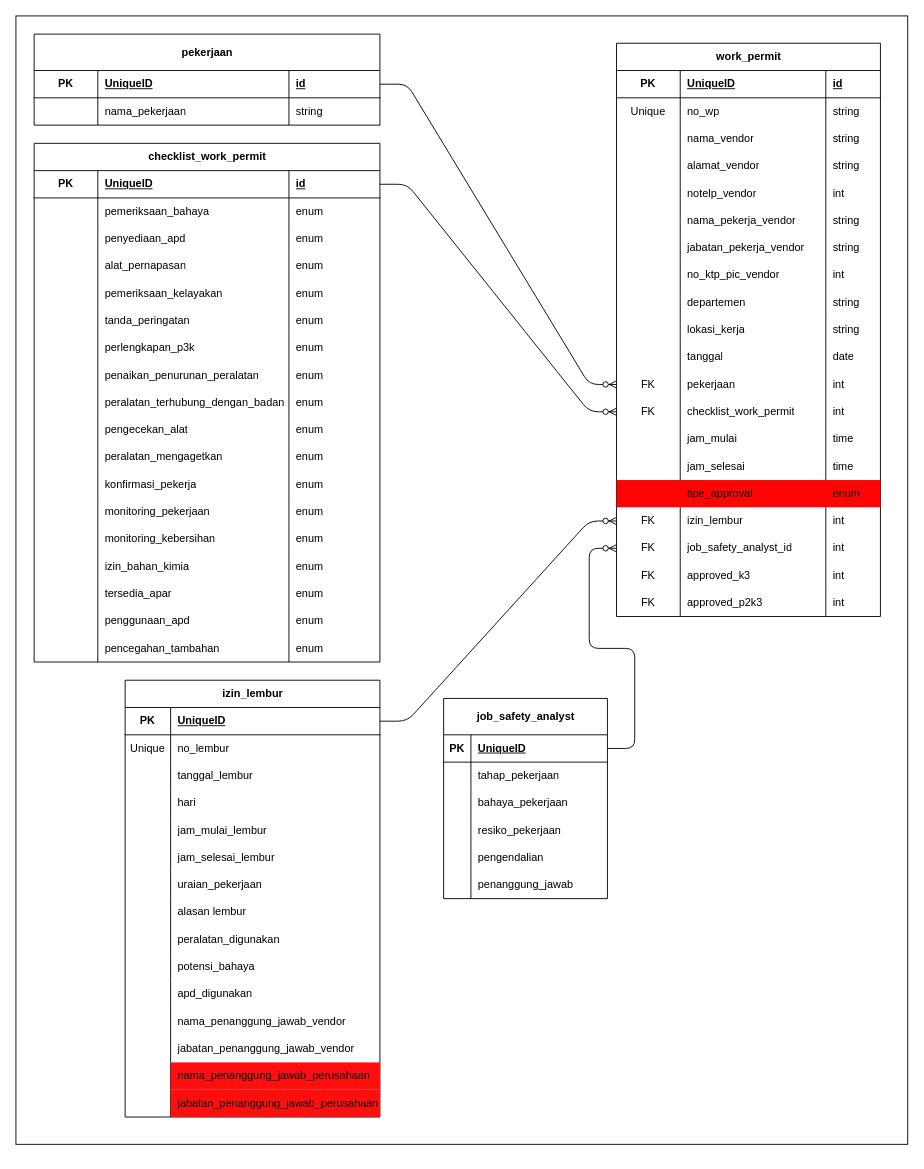
Before: erd.drawio in Okaarunn/k3-jayamas, a draw.io diagram. Source tidied: cells renumbered, new cells numbered last; positions are measured from the earlier drawing's top-left corner, leaving out a move shared by most shapes. Both pictures are drawn from the tidied source at 91%, with x=0, y=0 at pixel (15, 11).
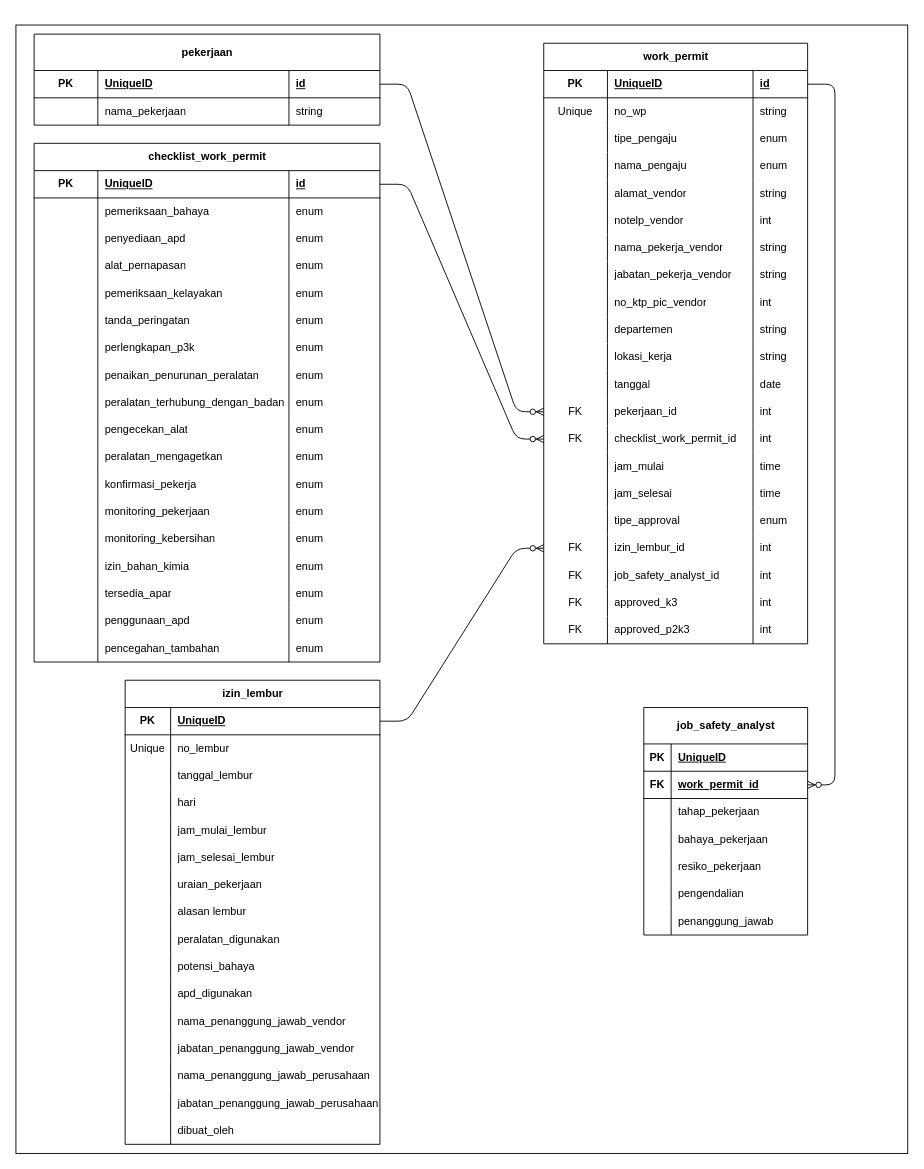
The same page after the edit.

The change refers to these unchanged cells:
```xml
<mxCell id="43" style="shape=tableRow;horizontal=0;startSize=0;swimlaneHead=0;swimlaneBody=0;fillColor=none;top=0;left=0;right=0;bottom=0;" parent="3" vertex="1">
  <mxGeometry y="420" width="280" height="30" as="geometry" />
</mxCell>
<mxCell id="46" style="shape=tableRow;horizontal=0;startSize=0;swimlaneHead=0;swimlaneBody=0;fillColor=none;top=0;left=0;right=0;bottom=0;" parent="3" vertex="1">
  <mxGeometry y="450" width="280" height="30" as="geometry" />
</mxCell>
<mxCell id="132" style="shape=tableRow;horizontal=0;startSize=0;swimlaneHead=0;swimlaneBody=0;fillColor=none;points=[[0,0.5],[1,0.5]];portConstraint=eastwest;top=0;left=0;right=0;bottom=1;" parent="131" vertex="1">
  <mxGeometry y="30" width="290" height="30" as="geometry" />
</mxCell>
<mxCell id="140" style="shape=tableRow;horizontal=0;startSize=0;swimlaneHead=0;swimlaneBody=0;fillColor=none;top=0;left=0;right=0;bottom=0;" parent="131" vertex="1">
  <mxGeometry y="90" width="290" height="30" as="geometry" />
</mxCell>
<mxCell id="216" style="shape=tableRow;horizontal=0;startSize=0;swimlaneHead=0;swimlaneBody=0;fillColor=none;points=[[0,0.5],[1,0.5]];portConstraint=eastwest;top=0;left=0;right=0;bottom=1;" parent="215" vertex="1">
  <mxGeometry y="40" width="180" height="30" as="geometry" />
</mxCell>
```

The edit, as a diff of the source:
```diff
@@
     <mxCell id="2" style="rounded=0;whiteSpace=wrap;html=1;" parent="1" vertex="1">
-      <mxGeometry y="5" width="980" height="1240" as="geometry" />
+      <mxGeometry y="15" width="980" height="1240" as="geometry" />
     </mxCell>
     <mxCell id="3" value="izin_lembur" style="shape=table;startSize=30;childLayout=tableLayout;rowLines=0;fontStyle=1;align=center;html=1;" parent="1" vertex="1">
-      <mxGeometry x="120" y="735" width="280" height="480" as="geometry" />
+      <mxGeometry x="120" y="735" width="280" height="510" as="geometry" />
     </mxCell>
@@
-    <mxCell id="45" value="nama_penanggung_jawab_perusahaan" style="shape=partialRectangle;fillColor=#FF0E0E;top=0;left=0;bottom=0;right=0;align=left;spacingLeft=6;overflow=hidden;whiteSpace=wrap;html=1;" parent="43" vertex="1">
+    <mxCell id="45" value="nama_penanggung_jawab_perusahaan" style="shape=partialRectangle;fillColor=none;top=0;left=0;bottom=0;right=0;align=left;spacingLeft=6;overflow=hidden;whiteSpace=wrap;html=1;" parent="43" vertex="1">
       <mxGeometry x="50" width="230" height="30" as="geometry" />
     </mxCell>
@@
-    <mxCell id="48" value="jabatan_penanggung_jawab_perusahaan" style="shape=partialRectangle;fillColor=#FF0E0E;top=0;left=0;bottom=0;right=0;align=left;spacingLeft=6;overflow=hidden;whiteSpace=wrap;html=1;" parent="46" vertex="1">
+    <mxCell id="48" value="jabatan_penanggung_jawab_perusahaan" style="shape=partialRectangle;fillColor=none;top=0;left=0;bottom=0;right=0;align=left;spacingLeft=6;overflow=hidden;whiteSpace=wrap;html=1;" parent="46" vertex="1">
       <mxGeometry x="50" width="230" height="30" as="geometry" />
     </mxCell>
+    <mxCell id="235" style="shape=tableRow;horizontal=0;startSize=0;swimlaneHead=0;swimlaneBody=0;fillColor=none;top=0;left=0;right=0;bottom=0;" parent="3" vertex="1">
+      <mxGeometry y="480" width="280" height="30" as="geometry" />
+    </mxCell>
+    <mxCell id="236" style="shape=partialRectangle;fillColor=none;top=0;left=0;bottom=0;right=0;overflow=hidden;whiteSpace=wrap;html=1;" parent="235" vertex="1">
+      <mxGeometry width="50" height="30" as="geometry" />
+    </mxCell>
+    <mxCell id="237" value="dibuat_oleh" style="shape=partialRectangle;fillColor=none;top=0;left=0;bottom=0;right=0;align=left;spacingLeft=6;overflow=hidden;whiteSpace=wrap;html=1;" parent="235" vertex="1">
+      <mxGeometry x="50" width="230" height="30" as="geometry" />
+    </mxCell>
@@
     <mxCell id="131" value="work_permit" style="shape=table;startSize=30;childLayout=tableLayout;rowLines=0;fontStyle=1;align=center;html=1;" parent="1" vertex="1">
-      <mxGeometry x="660" y="35" width="290" height="630" as="geometry" />
+      <mxGeometry x="580" y="35" width="290" height="660" as="geometry" />
     </mxCell>
@@
-    <mxCell id="142" value="nama_vendor" style="shape=partialRectangle;fillColor=none;top=0;left=0;bottom=0;right=0;align=left;spacingLeft=6;overflow=hidden;whiteSpace=wrap;html=1;" parent="140" vertex="1">
+    <mxCell id="142" value="tipe_pengaju" style="shape=partialRectangle;fillColor=none;top=0;left=0;bottom=0;right=0;align=left;spacingLeft=6;overflow=hidden;whiteSpace=wrap;html=1;" parent="140" vertex="1">
       <mxGeometry x="70" width="160" height="30" as="geometry" />
     </mxCell>
-    <mxCell id="143" value="string" style="shape=partialRectangle;fillColor=none;top=0;left=0;bottom=0;right=0;align=left;spacingLeft=6;overflow=hidden;whiteSpace=wrap;html=1;" parent="140" vertex="1">
+    <mxCell id="143" value="enum" style="shape=partialRectangle;fillColor=none;top=0;left=0;bottom=0;right=0;align=left;spacingLeft=6;overflow=hidden;whiteSpace=wrap;html=1;" parent="140" vertex="1">
       <mxGeometry x="230" width="60" height="30" as="geometry" />
     </mxCell>
+    <mxCell id="238" style="shape=tableRow;horizontal=0;startSize=0;swimlaneHead=0;swimlaneBody=0;fillColor=none;top=0;left=0;right=0;bottom=0;" parent="131" vertex="1">
+      <mxGeometry y="120" width="290" height="30" as="geometry" />
+    </mxCell>
+    <mxCell id="239" style="shape=partialRectangle;fillColor=none;top=0;left=0;bottom=0;right=0;overflow=hidden;whiteSpace=wrap;html=1;" parent="238" vertex="1">
+      <mxGeometry width="70" height="30" as="geometry" />
+    </mxCell>
+    <mxCell id="240" value="nama_pengaju" style="shape=partialRectangle;fillColor=none;top=0;left=0;bottom=0;right=0;align=left;spacingLeft=6;overflow=hidden;whiteSpace=wrap;html=1;" parent="238" vertex="1">
+      <mxGeometry x="70" width="160" height="30" as="geometry" />
+    </mxCell>
+    <mxCell id="241" value="enum" style="shape=partialRectangle;fillColor=none;top=0;left=0;bottom=0;right=0;align=left;spacingLeft=6;overflow=hidden;whiteSpace=wrap;html=1;" parent="238" vertex="1">
+      <mxGeometry x="230" width="60" height="30" as="geometry" />
+    </mxCell>
     <mxCell id="144" style="shape=tableRow;horizontal=0;startSize=0;swimlaneHead=0;swimlaneBody=0;fillColor=none;top=0;left=0;right=0;bottom=0;" parent="131" vertex="1">
-      <mxGeometry y="120" width="290" height="30" as="geometry" />
+      <mxGeometry y="150" width="290" height="30" as="geometry" />
     </mxCell>
@@
     <mxCell id="148" style="shape=tableRow;horizontal=0;startSize=0;swimlaneHead=0;swimlaneBody=0;fillColor=none;top=0;left=0;right=0;bottom=0;" parent="131" vertex="1">
-      <mxGeometry y="150" width="290" height="30" as="geometry" />
+      <mxGeometry y="180" width="290" height="30" as="geometry" />
     </mxCell>
@@
     <mxCell id="152" style="shape=tableRow;horizontal=0;startSize=0;swimlaneHead=0;swimlaneBody=0;fillColor=none;top=0;left=0;right=0;bottom=0;" parent="131" vertex="1">
-      <mxGeometry y="180" width="290" height="30" as="geometry" />
+      <mxGeometry y="210" width="290" height="30" as="geometry" />
     </mxCell>
@@
     <mxCell id="156" style="shape=tableRow;horizontal=0;startSize=0;swimlaneHead=0;swimlaneBody=0;fillColor=none;top=0;left=0;right=0;bottom=0;" parent="131" vertex="1">
-      <mxGeometry y="210" width="290" height="30" as="geometry" />
+      <mxGeometry y="240" width="290" height="30" as="geometry" />
     </mxCell>
@@
     <mxCell id="160" style="shape=tableRow;horizontal=0;startSize=0;swimlaneHead=0;swimlaneBody=0;fillColor=none;top=0;left=0;right=0;bottom=0;" parent="131" vertex="1">
-      <mxGeometry y="240" width="290" height="30" as="geometry" />
+      <mxGeometry y="270" width="290" height="30" as="geometry" />
     </mxCell>
@@
     <mxCell id="164" style="shape=tableRow;horizontal=0;startSize=0;swimlaneHead=0;swimlaneBody=0;fillColor=none;top=0;left=0;right=0;bottom=0;" parent="131" vertex="1">
-      <mxGeometry y="270" width="290" height="30" as="geometry" />
+      <mxGeometry y="300" width="290" height="30" as="geometry" />
     </mxCell>
@@
     <mxCell id="168" style="shape=tableRow;horizontal=0;startSize=0;swimlaneHead=0;swimlaneBody=0;fillColor=none;top=0;left=0;right=0;bottom=0;" parent="131" vertex="1">
-      <mxGeometry y="300" width="290" height="30" as="geometry" />
+      <mxGeometry y="330" width="290" height="30" as="geometry" />
     </mxCell>
@@
     <mxCell id="172" style="shape=tableRow;horizontal=0;startSize=0;swimlaneHead=0;swimlaneBody=0;fillColor=none;top=0;left=0;right=0;bottom=0;" parent="131" vertex="1">
-      <mxGeometry y="330" width="290" height="30" as="geometry" />
+      <mxGeometry y="360" width="290" height="30" as="geometry" />
     </mxCell>
@@
     <mxCell id="176" style="shape=tableRow;horizontal=0;startSize=0;swimlaneHead=0;swimlaneBody=0;fillColor=none;points=[[0,0.5],[1,0.5]];portConstraint=eastwest;top=0;left=0;right=0;bottom=0;" parent="131" vertex="1">
-      <mxGeometry y="360" width="290" height="30" as="geometry" />
+      <mxGeometry y="390" width="290" height="30" as="geometry" />
     </mxCell>
@@
-    <mxCell id="178" value="pekerjaan" style="shape=partialRectangle;fillColor=none;top=0;left=0;bottom=0;right=0;align=left;spacingLeft=6;overflow=hidden;whiteSpace=wrap;html=1;" parent="176" vertex="1">
+    <mxCell id="178" value="pekerjaan_id" style="shape=partialRectangle;fillColor=none;top=0;left=0;bottom=0;right=0;align=left;spacingLeft=6;overflow=hidden;whiteSpace=wrap;html=1;" parent="176" vertex="1">
       <mxGeometry x="70" width="160" height="30" as="geometry" />
     </mxCell>
@@
     <mxCell id="180" style="shape=tableRow;horizontal=0;startSize=0;swimlaneHead=0;swimlaneBody=0;fillColor=none;points=[[0,0.5],[1,0.5]];portConstraint=eastwest;top=0;left=0;right=0;bottom=0;" parent="131" vertex="1">
-      <mxGeometry y="390" width="290" height="30" as="geometry" />
+      <mxGeometry y="420" width="290" height="30" as="geometry" />
     </mxCell>
@@
-    <mxCell id="182" value="checklist_work_permit" style="shape=partialRectangle;fillColor=none;top=0;left=0;bottom=0;right=0;align=left;spacingLeft=6;overflow=hidden;whiteSpace=wrap;html=1;" parent="180" vertex="1">
+    <mxCell id="182" value="checklist_work_permit_id" style="shape=partialRectangle;fillColor=none;top=0;left=0;bottom=0;right=0;align=left;spacingLeft=6;overflow=hidden;whiteSpace=wrap;html=1;" parent="180" vertex="1">
       <mxGeometry x="70" width="160" height="30" as="geometry" />
     </mxCell>
@@
     <mxCell id="184" style="shape=tableRow;horizontal=0;startSize=0;swimlaneHead=0;swimlaneBody=0;fillColor=none;top=0;left=0;right=0;bottom=0;" parent="131" vertex="1">
-      <mxGeometry y="420" width="290" height="30" as="geometry" />
+      <mxGeometry y="450" width="290" height="30" as="geometry" />
     </mxCell>
@@
     <mxCell id="188" style="shape=tableRow;horizontal=0;startSize=0;swimlaneHead=0;swimlaneBody=0;fillColor=none;top=0;left=0;right=0;bottom=0;" parent="131" vertex="1">
-      <mxGeometry y="450" width="290" height="30" as="geometry" />
+      <mxGeometry y="480" width="290" height="30" as="geometry" />
     </mxCell>
@@
-    <mxCell id="192" style="shape=tableRow;horizontal=0;startSize=0;swimlaneHead=0;swimlaneBody=0;fillColor=#FF0404;top=0;left=0;right=0;bottom=0;" parent="131" vertex="1">
-      <mxGeometry y="480" width="290" height="30" as="geometry" />
+    <mxCell id="192" style="shape=tableRow;horizontal=0;startSize=0;swimlaneHead=0;swimlaneBody=0;fillColor=none;top=0;left=0;right=0;bottom=0;" parent="131" vertex="1">
+      <mxGeometry y="510" width="290" height="30" as="geometry" />
     </mxCell>
@@
     <mxCell id="196" style="shape=tableRow;horizontal=0;startSize=0;swimlaneHead=0;swimlaneBody=0;fillColor=none;points=[[0,0.5],[1,0.5]];portConstraint=eastwest;top=0;left=0;right=0;bottom=0;" parent="131" vertex="1">
-      <mxGeometry y="510" width="290" height="30" as="geometry" />
+      <mxGeometry y="540" width="290" height="30" as="geometry" />
     </mxCell>
@@
-    <mxCell id="198" value="izin_lembur" style="shape=partialRectangle;fillColor=none;top=0;left=0;bottom=0;right=0;align=left;spacingLeft=6;overflow=hidden;whiteSpace=wrap;html=1;" parent="196" vertex="1">
+    <mxCell id="198" value="izin_lembur_id" style="shape=partialRectangle;fillColor=none;top=0;left=0;bottom=0;right=0;align=left;spacingLeft=6;overflow=hidden;whiteSpace=wrap;html=1;" parent="196" vertex="1">
       <mxGeometry x="70" width="160" height="30" as="geometry" />
     </mxCell>
@@
     <mxCell id="200" style="shape=tableRow;horizontal=0;startSize=0;swimlaneHead=0;swimlaneBody=0;fillColor=none;points=[[0,0.5],[1,0.5]];portConstraint=eastwest;top=0;left=0;right=0;bottom=0;" parent="131" vertex="1">
-      <mxGeometry y="540" width="290" height="30" as="geometry" />
+      <mxGeometry y="570" width="290" height="30" as="geometry" />
     </mxCell>
@@
     <mxCell id="204" style="shape=tableRow;horizontal=0;startSize=0;swimlaneHead=0;swimlaneBody=0;fillColor=none;top=0;left=0;right=0;bottom=0;" parent="131" vertex="1">
-      <mxGeometry y="570" width="290" height="30" as="geometry" />
+      <mxGeometry y="600" width="290" height="30" as="geometry" />
     </mxCell>
@@
     <mxCell id="208" style="shape=tableRow;horizontal=0;startSize=0;swimlaneHead=0;swimlaneBody=0;fillColor=none;top=0;left=0;right=0;bottom=0;" parent="131" vertex="1">
-      <mxGeometry y="600" width="290" height="30" as="geometry" />
+      <mxGeometry y="630" width="290" height="30" as="geometry" />
     </mxCell>
@@
     <mxCell id="215" value="job_safety_analyst" style="shape=table;startSize=40;childLayout=tableLayout;rowLines=0;fontStyle=1;align=center;html=1;" parent="1" vertex="1">
-      <mxGeometry x="470" y="755" width="180" height="220" as="geometry" />
+      <mxGeometry x="690" y="765" width="180" height="250" as="geometry" />
     </mxCell>
@@
+    <mxCell id="242" style="shape=tableRow;horizontal=0;startSize=0;swimlaneHead=0;swimlaneBody=0;fillColor=none;points=[[0,0.5],[1,0.5]];portConstraint=eastwest;top=0;left=0;right=0;bottom=1;" parent="215" vertex="1">
+      <mxGeometry y="70" width="180" height="30" as="geometry" />
+    </mxCell>
+    <mxCell id="243" value="FK" style="shape=partialRectangle;fillColor=none;top=0;left=0;bottom=0;right=0;fontStyle=1;overflow=hidden;whiteSpace=wrap;html=1;" parent="242" vertex="1">
+      <mxGeometry width="30" height="30" as="geometry" />
+    </mxCell>
+    <mxCell id="244" value="&lt;span style=&quot;color: rgb(0, 0, 0); text-align: center; text-wrap-mode: nowrap;&quot;&gt;work_permit_id&lt;/span&gt;" style="shape=partialRectangle;fillColor=none;top=0;left=0;bottom=0;right=0;align=left;spacingLeft=6;fontStyle=5;overflow=hidden;whiteSpace=wrap;html=1;" parent="242" vertex="1">
+      <mxGeometry x="30" width="150" height="30" as="geometry" />
+    </mxCell>
     <mxCell id="219" style="shape=tableRow;horizontal=0;startSize=0;swimlaneHead=0;swimlaneBody=0;fillColor=none;top=0;left=0;right=0;bottom=0;" parent="215" vertex="1">
-      <mxGeometry y="70" width="180" height="30" as="geometry" />
+      <mxGeometry y="100" width="180" height="30" as="geometry" />
     </mxCell>
@@
     <mxCell id="222" style="shape=tableRow;horizontal=0;startSize=0;swimlaneHead=0;swimlaneBody=0;fillColor=none;top=0;left=0;right=0;bottom=0;" parent="215" vertex="1">
-      <mxGeometry y="100" width="180" height="30" as="geometry" />
+      <mxGeometry y="130" width="180" height="30" as="geometry" />
     </mxCell>
@@
     <mxCell id="225" style="shape=tableRow;horizontal=0;startSize=0;swimlaneHead=0;swimlaneBody=0;fillColor=none;top=0;left=0;right=0;bottom=0;" parent="215" vertex="1">
-      <mxGeometry y="130" width="180" height="30" as="geometry" />
+      <mxGeometry y="160" width="180" height="30" as="geometry" />
     </mxCell>
@@
     <mxCell id="228" style="shape=tableRow;horizontal=0;startSize=0;swimlaneHead=0;swimlaneBody=0;fillColor=none;top=0;left=0;right=0;bottom=0;" parent="215" vertex="1">
-      <mxGeometry y="160" width="180" height="30" as="geometry" />
+      <mxGeometry y="190" width="180" height="30" as="geometry" />
     </mxCell>
@@
     <mxCell id="231" style="shape=tableRow;horizontal=0;startSize=0;swimlaneHead=0;swimlaneBody=0;fillColor=none;top=0;left=0;right=0;bottom=0;" parent="215" vertex="1">
-      <mxGeometry y="190" width="180" height="30" as="geometry" />
+      <mxGeometry y="220" width="180" height="30" as="geometry" />
     </mxCell>
@@
-    <mxCell id="234" style="edgeStyle=entityRelationEdgeStyle;fontSize=12;html=1;endArrow=ERzeroToMany;endFill=1;entryX=0;entryY=0.5;entryDx=0;entryDy=0;exitX=1;exitY=0.5;exitDx=0;exitDy=0;" parent="1" edge="1" source="216" target="200">
-      <mxGeometry relative="1" as="geometry" />
-    </mxCell>
+    <mxCell id="245" style="edgeStyle=entityRelationEdgeStyle;fontSize=12;html=1;endArrow=ERzeroToMany;endFill=1;exitX=1;exitY=0.5;exitDx=0;exitDy=0;entryX=1;entryY=0.5;entryDx=0;entryDy=0;" parent="1" edge="1" source="132" target="242">
+      <mxGeometry relative="1" as="geometry" />
+    </mxCell>
```
